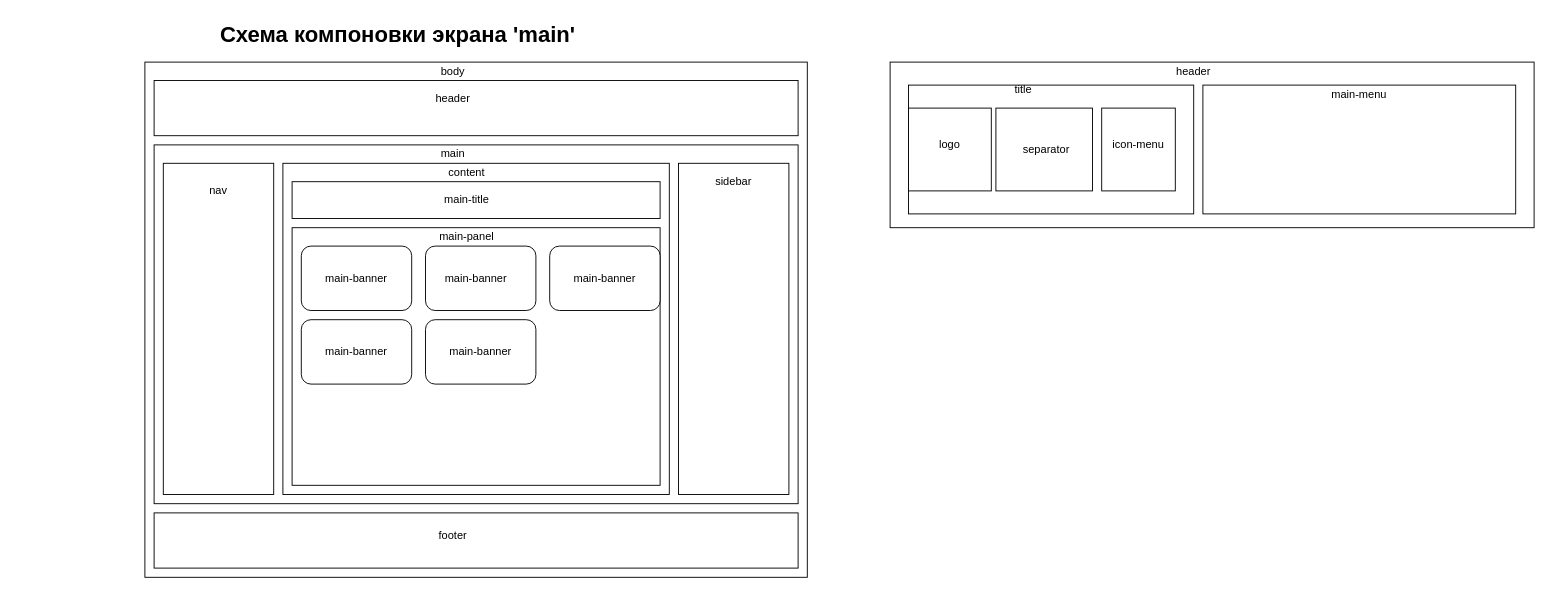
AndrewNizovkin/geocalculator keeps this draw.io diagram as web-client/screens/main-maket/main.drawio. Above is the earlier version. Source tidied: cells renumbered, new cells numbered last; positions are measured from the earlier drawing's top-left corner, leaving out a move shared by most shapes. Both pictures are drawn from the tidied source at 92%, with x=0, y=0 at pixel (144, 16).
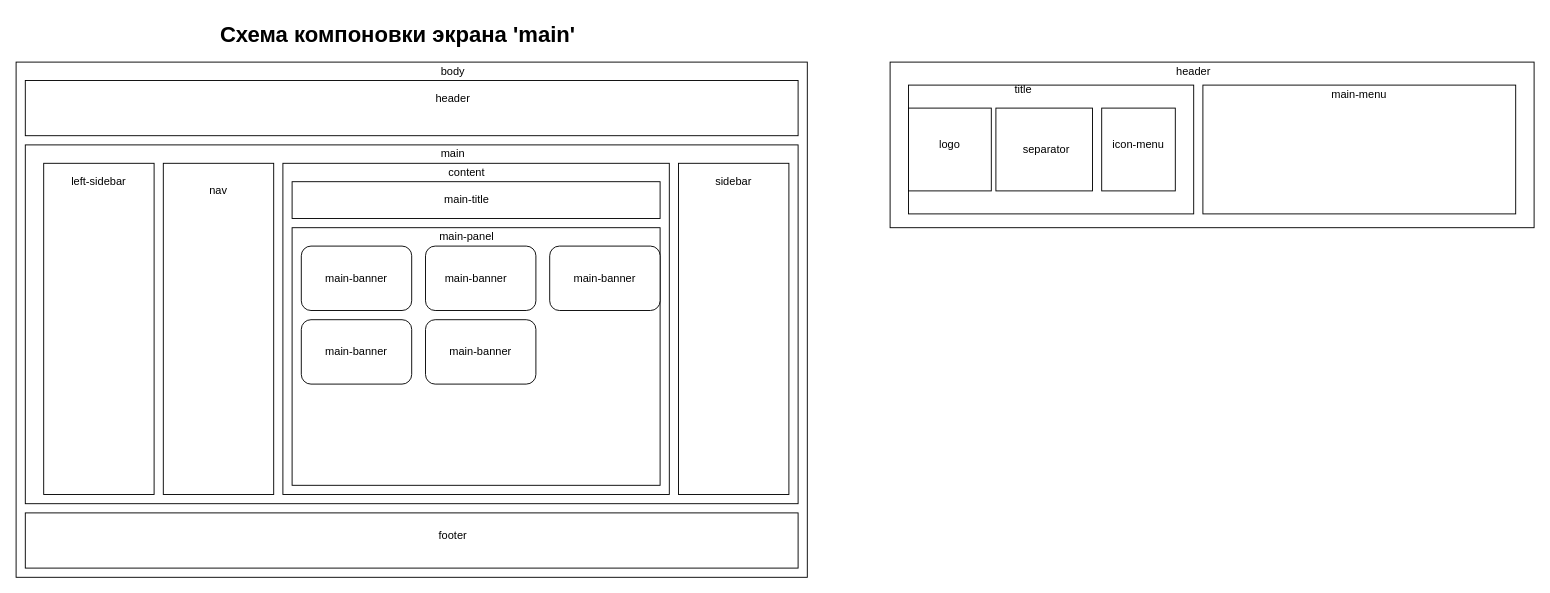
Above is the later version.

Commit message (it also covers changes not shown here):
Add: left-sidebar to main-maket

Diff of the diagram source:
```diff
@@
     <mxCell id="2" style="rounded=0;whiteSpace=wrap;html=1;" parent="1" vertex="1">
-      <mxGeometry y="50" width="720" height="560" as="geometry" />
+      <mxGeometry x="-140" y="50" width="860" height="560" as="geometry" />
     </mxCell>
@@
     <mxCell id="5" style="rounded=0;whiteSpace=wrap;html=1;" parent="1" vertex="1">
-      <mxGeometry x="10" y="70" width="700" height="60" as="geometry" />
+      <mxGeometry x="-130" y="70" width="840" height="60" as="geometry" />
     </mxCell>
     <mxCell id="6" style="rounded=0;whiteSpace=wrap;html=1;" parent="1" vertex="1">
-      <mxGeometry x="10" y="540" width="700" height="60" as="geometry" />
+      <mxGeometry x="-130" y="540" width="840" height="60" as="geometry" />
     </mxCell>
@@
     <mxCell id="9" style="rounded=0;whiteSpace=wrap;html=1;" parent="1" vertex="1">
-      <mxGeometry x="10" y="140" width="700" height="390" as="geometry" />
+      <mxGeometry x="-130" y="140" width="840" height="390" as="geometry" />
     </mxCell>
@@
+    <mxCell id="43" style="rounded=0;whiteSpace=wrap;html=1;" parent="1" vertex="1">
+      <mxGeometry x="-110" y="160" width="120" height="360" as="geometry" />
+    </mxCell>
+    <mxCell id="44" value="left-sidebar" style="text;html=1;whiteSpace=wrap;strokeColor=none;fillColor=none;align=center;verticalAlign=middle;rounded=0;" parent="1" vertex="1">
+      <mxGeometry x="-90" y="170" width="80" height="20" as="geometry" />
+    </mxCell>
```
